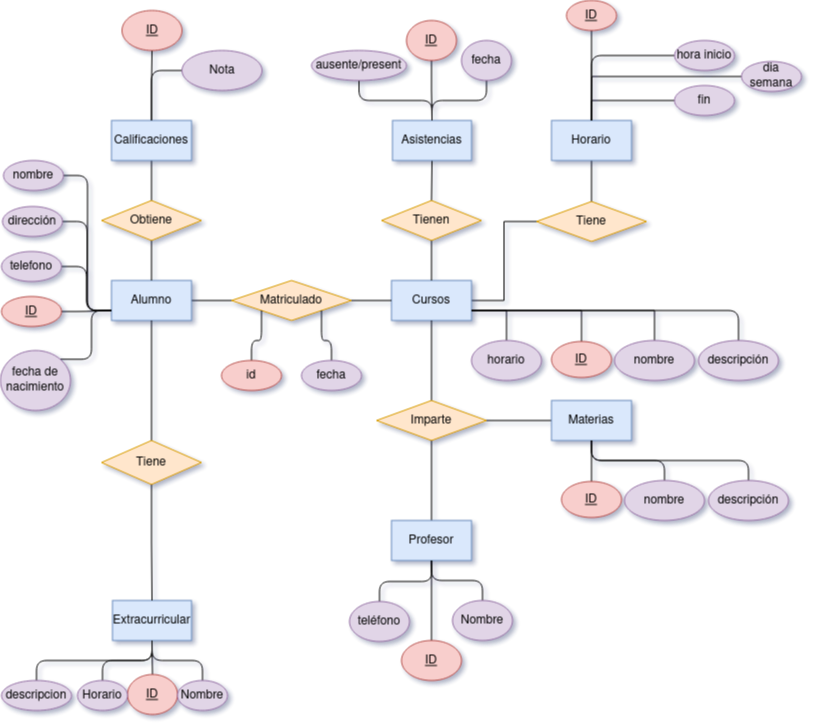
Before: Unidad-1/Tareas/Tarea_evaluable1/tareaentregable.drawio.png, a diagram exported from draw.io (toninavhd/Base-datos). Source tidied: cells renumbered, new cells last; positions are measured from the earlier drawing's top-left corner, leaving out a move shared by most shapes.
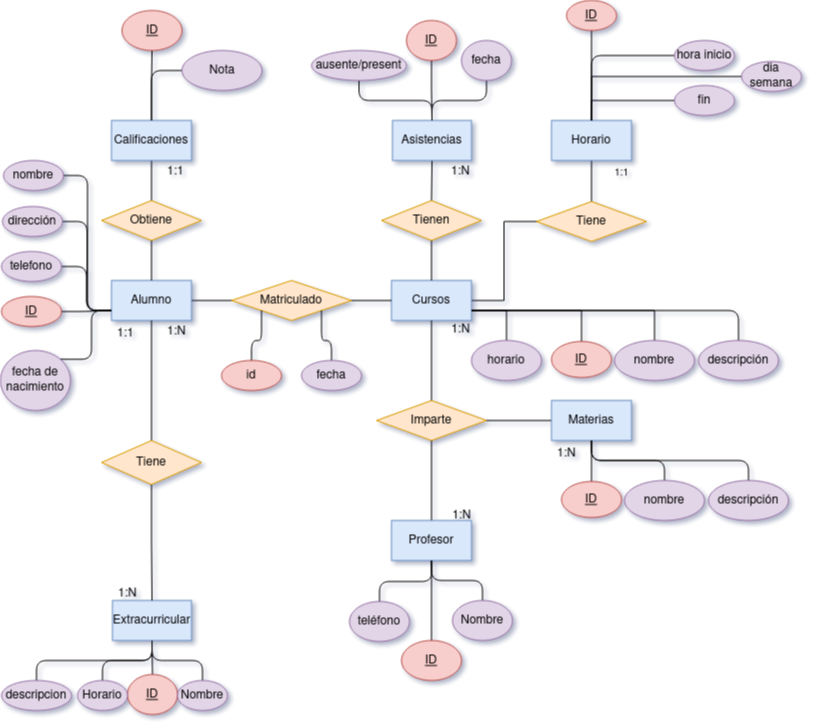
After the change.

The edit, as a diff of the source:
```diff
@@ -276,5 +276,32 @@
     <mxCell id="88" value="fecha" style="ellipse;whiteSpace=wrap;html=1;fillColor=#e1d5e7;strokeColor=#9673a6;" parent="1" vertex="1">
       <mxGeometry x="301" y="360" width="60" height="30" as="geometry" />
     </mxCell>
+    <mxCell id="89" value="1:N" style="text;html=1;align=center;verticalAlign=middle;strokeColor=none;fillColor=none;" parent="1" vertex="1">
+      <mxGeometry x="441" y="500" width="40" height="30" as="geometry" />
+    </mxCell>
+    <mxCell id="90" value="1:N" style="text;html=1;align=center;verticalAlign=middle;strokeColor=none;fillColor=none;" parent="1" vertex="1">
+      <mxGeometry x="440" y="314" width="40" height="30" as="geometry" />
+    </mxCell>
+    <mxCell id="91" value="&lt;sup&gt;1:1&lt;/sup&gt;" style="text;html=1;align=center;verticalAlign=middle;strokeColor=none;fillColor=none;" parent="1" vertex="1">
+      <mxGeometry x="601" y="160" width="40" height="30" as="geometry" />
+    </mxCell>
+    <mxCell id="92" value="1:N" style="text;strokeColor=none;fillColor=none;spacingLeft=4;spacingRight=4;overflow=hidden;fontSize=12;whiteSpace=wrap;html=1;" parent="1" vertex="1">
+      <mxGeometry x="445" y="158" width="40" height="30" as="geometry" />
+    </mxCell>
+    <mxCell id="93" value="1:N" style="text;strokeColor=none;fillColor=none;spacingLeft=4;spacingRight=4;overflow=hidden;fontSize=12;whiteSpace=wrap;html=1;" parent="1" vertex="1">
+      <mxGeometry x="112" y="580" width="40" height="30" as="geometry" />
+    </mxCell>
+    <mxCell id="94" value="1:1" style="text;strokeColor=none;fillColor=none;spacingLeft=4;spacingRight=4;overflow=hidden;fontSize=12;whiteSpace=wrap;html=1;" parent="1" vertex="1">
+      <mxGeometry x="111" y="320" width="40" height="30" as="geometry" />
+    </mxCell>
+    <mxCell id="95" value="1:1" style="text;strokeColor=none;fillColor=none;spacingLeft=4;spacingRight=4;overflow=hidden;fontSize=12;whiteSpace=wrap;html=1;" parent="1" vertex="1">
+      <mxGeometry x="161" y="158" width="40" height="30" as="geometry" />
+    </mxCell>
+    <mxCell id="96" value="1:N" style="text;strokeColor=none;fillColor=none;spacingLeft=4;spacingRight=4;overflow=hidden;fontSize=12;whiteSpace=wrap;html=1;" parent="1" vertex="1">
+      <mxGeometry x="161" y="318" width="40" height="30" as="geometry" />
+    </mxCell>
+    <mxCell id="97" value="1:N" style="text;strokeColor=none;fillColor=none;spacingLeft=4;spacingRight=4;overflow=hidden;fontSize=12;whiteSpace=wrap;html=1;" parent="1" vertex="1">
+      <mxGeometry x="551" y="440" width="40" height="30" as="geometry" />
+    </mxCell>
   </root>
 </mxGraphModel>
```
